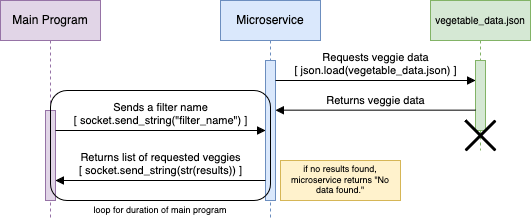
Before: UML.png, a diagram exported from draw.io (qdow/vegetable-filter). Source tidied: cells renumbered, new cells last; positions are measured from the earlier drawing's top-left corner, leaving out a move shared by most shapes.
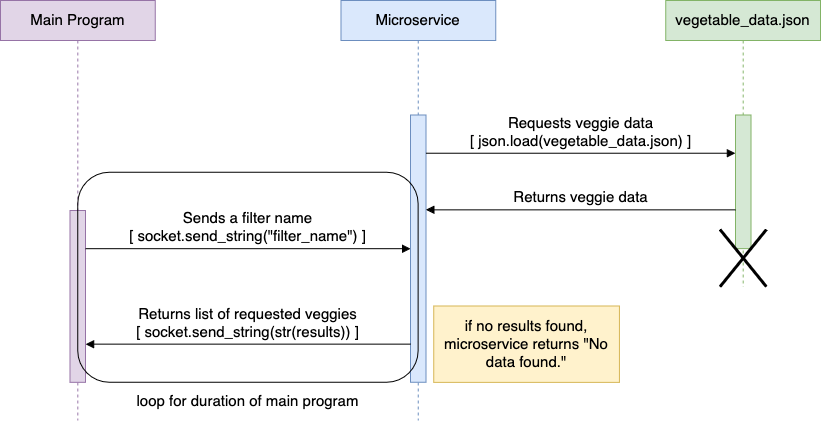
Later version of the same file.

Commit message:
Increase UML image quality

What changed in the source:
```diff
@@ -2,59 +2,62 @@
   <root>
     <mxCell id="0" />
     <mxCell id="1" parent="0" />
+    <mxCell id="16" style="group;" parent="1" vertex="1">
+      <mxGeometry x="-100" y="-130" width="820" height="420" as="geometry" />
+    </mxCell>
-    <mxCell id="2" value="Main Program" style="shape=umlLifeline;perimeter=lifelinePerimeter;whiteSpace=wrap;html=1;newEdgeStyle={&quot;curved&quot;:0,&quot;rounded&quot;:0};fillColor=#e1d5e7;strokeColor=#9673a6;" parent="1" vertex="1">
-      <mxGeometry width="100" height="220" as="geometry" />
+    <mxCell id="2" value="Main Program" style="shape=umlLifeline;perimeter=lifelinePerimeter;whiteSpace=wrap;html=1;newEdgeStyle={&quot;curved&quot;:0,&quot;rounded&quot;:0};fillColor=#e1d5e7;strokeColor=#9673a6;fontSize=15;" parent="16" vertex="1">
+      <mxGeometry width="154.7" height="420" as="geometry" />
     </mxCell>
-    <mxCell id="3" style="html=1;perimeter=orthogonalPerimeter;targetShapes=umlLifeline;newEdgeStyle={&quot;curved&quot;:0,&quot;rounded&quot;:0};fillColor=#e1d5e7;strokeColor=#9673a6;" parent="2" vertex="1">
-      <mxGeometry x="45" y="110" width="10" height="90" as="geometry" />
-    </mxCell>
+    <mxCell id="17" style="html=1;perimeter=orthogonalPerimeter;targetShapes=umlLifeline;newEdgeStyle={&quot;curved&quot;:0,&quot;rounded&quot;:0};fillColor=#e1d5e7;strokeColor=#9673a6;fontSize=15;" parent="2" vertex="1">
+      <mxGeometry x="69.6" y="210" width="15.5" height="171.8" as="geometry" />
+    </mxCell>
-    <mxCell id="4" value="Microservice" style="shape=umlLifeline;perimeter=lifelinePerimeter;whiteSpace=wrap;html=1;newEdgeStyle={&quot;curved&quot;:0,&quot;rounded&quot;:0};fillColor=#dae8fc;strokeColor=#6c8ebf;" parent="1" vertex="1">
-      <mxGeometry x="220" width="100" height="220" as="geometry" />
+    <mxCell id="4" value="Microservice" style="shape=umlLifeline;perimeter=lifelinePerimeter;whiteSpace=wrap;html=1;newEdgeStyle={&quot;curved&quot;:0,&quot;rounded&quot;:0};fillColor=#dae8fc;strokeColor=#6c8ebf;fontSize=15;" parent="16" vertex="1">
+      <mxGeometry x="340.4" width="154.7" height="420" as="geometry" />
     </mxCell>
-    <mxCell id="5" style="html=1;perimeter=orthogonalPerimeter;targetShapes=umlLifeline;newEdgeStyle={&quot;curved&quot;:0,&quot;rounded&quot;:0};fillColor=#dae8fc;strokeColor=#6c8ebf;" parent="4" vertex="1">
-      <mxGeometry x="45" y="60" width="10" height="140" as="geometry" />
-    </mxCell>
+    <mxCell id="18" style="html=1;perimeter=orthogonalPerimeter;targetShapes=umlLifeline;newEdgeStyle={&quot;curved&quot;:0,&quot;rounded&quot;:0};fillColor=#dae8fc;strokeColor=#6c8ebf;fontSize=15;" parent="4" vertex="1">
+      <mxGeometry x="69.6" y="114.5" width="15.5" height="267.3" as="geometry" />
+    </mxCell>
-    <mxCell id="6" value="&lt;font style=&quot;font-size: 10px;&quot;&gt;vegetable_data.json&lt;/font&gt;" style="shape=umlLifeline;perimeter=lifelinePerimeter;whiteSpace=wrap;html=1;newEdgeStyle={&quot;curved&quot;:0,&quot;rounded&quot;:0};fillColor=#d5e8d4;strokeColor=#82b366;" parent="1" vertex="1">
-      <mxGeometry x="430" width="100" height="150" as="geometry" />
+    <mxCell id="6" value="&lt;font&gt;vegetable_data.json&lt;/font&gt;" style="shape=umlLifeline;perimeter=lifelinePerimeter;whiteSpace=wrap;html=1;newEdgeStyle={&quot;curved&quot;:0,&quot;rounded&quot;:0};fillColor=#d5e8d4;strokeColor=#82b366;fontSize=15;" parent="16" vertex="1">
+      <mxGeometry x="665.3" width="154.7" height="286.4" as="geometry" />
     </mxCell>
-    <mxCell id="7" style="html=1;perimeter=orthogonalPerimeter;targetShapes=umlLifeline;newEdgeStyle={&quot;curved&quot;:0,&quot;rounded&quot;:0};fillColor=#d5e8d4;strokeColor=#82b366;" parent="6" vertex="1">
-      <mxGeometry x="45" y="60" width="10" height="70" as="geometry" />
-    </mxCell>
-    <mxCell id="8" style="shape=umlDestroy;whiteSpace=wrap;html=1;strokeWidth=3;targetShapes=umlLifeline;" parent="6" vertex="1">
-      <mxGeometry x="35" y="120" width="30" height="30" as="geometry" />
-    </mxCell>
+    <mxCell id="19" style="html=1;perimeter=orthogonalPerimeter;targetShapes=umlLifeline;newEdgeStyle={&quot;curved&quot;:0,&quot;rounded&quot;:0};fillColor=#d5e8d4;strokeColor=#82b366;fontSize=15;" parent="6" vertex="1">
+      <mxGeometry x="69.6" y="114.5" width="15.5" height="133.6" as="geometry" />
+    </mxCell>
+    <mxCell id="20" style="shape=umlDestroy;whiteSpace=wrap;html=1;strokeWidth=3;targetShapes=umlLifeline;fontSize=15;" parent="6" vertex="1">
+      <mxGeometry x="54.2" y="229.1" width="46.4" height="57.3" as="geometry" />
+    </mxCell>
-    <mxCell id="9" value="&lt;div&gt;Sends a filter name&lt;/div&gt;&lt;div&gt;[ socket.send_string(&quot;filter_name&quot;) ]&lt;/div&gt;" style="html=1;verticalAlign=bottom;endArrow=block;curved=0;rounded=0;entryX=0;entryY=0;entryDx=0;entryDy=5;entryPerimeter=0;labelBackgroundColor=default;" parent="1" edge="1">
+    <mxCell id="9" value="&lt;div&gt;Sends a filter name&lt;/div&gt;&lt;div&gt;[ socket.send_string(&quot;filter_name&quot;) ]&lt;/div&gt;" style="html=1;verticalAlign=bottom;endArrow=block;curved=0;rounded=0;entryX=0;entryY=0;entryDx=0;entryDy=5;entryPerimeter=0;labelBackgroundColor=default;fontSize=15;" parent="16" edge="1">
       <mxGeometry relative="1" as="geometry">
-        <mxPoint x="55" y="130" as="sourcePoint" />
-        <mxPoint x="265" y="130" as="targetPoint" />
+        <mxPoint x="85.1" y="248.2" as="sourcePoint" />
+        <mxPoint x="410" y="248.2" as="targetPoint" />
       </mxGeometry>
     </mxCell>
-    <mxCell id="10" value="&lt;div&gt;Requests veggie data&lt;/div&gt;[ json.load(vegetable_data.json) ]" style="html=1;verticalAlign=bottom;endArrow=block;curved=0;rounded=0;labelBackgroundColor=default;" parent="1" edge="1">
+    <mxCell id="10" value="&lt;div&gt;Requests veggie data&lt;/div&gt;[ json.load(vegetable_data.json) ]" style="html=1;verticalAlign=bottom;endArrow=block;curved=0;rounded=0;labelBackgroundColor=default;fontSize=15;" parent="16" edge="1">
       <mxGeometry relative="1" as="geometry">
-        <mxPoint x="275" y="80" as="sourcePoint" />
-        <mxPoint x="475" y="80" as="targetPoint" />
+        <mxPoint x="425.5" y="152.7" as="sourcePoint" />
+        <mxPoint x="734.9" y="152.7" as="targetPoint" />
       </mxGeometry>
     </mxCell>
-    <mxCell id="11" value="Returns veggie data" style="html=1;verticalAlign=bottom;endArrow=none;curved=0;rounded=0;startArrow=block;startFill=1;labelBackgroundColor=default;" parent="1" edge="1">
+    <mxCell id="11" value="Returns veggie data" style="html=1;verticalAlign=bottom;endArrow=none;curved=0;rounded=0;startArrow=block;startFill=1;labelBackgroundColor=default;fontSize=15;" parent="16" edge="1">
       <mxGeometry relative="1" as="geometry">
-        <mxPoint x="275" y="109.7" as="sourcePoint" />
-        <mxPoint x="475" y="109.7" as="targetPoint" />
+        <mxPoint x="425.5" y="209.4" as="sourcePoint" />
+        <mxPoint x="734.9" y="209.4" as="targetPoint" />
       </mxGeometry>
     </mxCell>
-    <mxCell id="12" value="&lt;div&gt;&lt;font&gt;Returns list of requested veggies&lt;/font&gt;&lt;/div&gt;&lt;div&gt;&lt;font&gt;[ socket.send_string(str(results)) ]&lt;/font&gt;&lt;/div&gt;" style="html=1;verticalAlign=bottom;endArrow=none;curved=0;rounded=0;startFill=1;startArrow=block;strokeWidth=1;labelBackgroundColor=default;" parent="1" edge="1">
+    <mxCell id="12" value="&lt;div&gt;&lt;font&gt;Returns list of requested veggies&lt;/font&gt;&lt;/div&gt;&lt;div&gt;&lt;font&gt;[ socket.send_string(str(results)) ]&lt;/font&gt;&lt;/div&gt;" style="html=1;verticalAlign=bottom;endArrow=none;curved=0;rounded=0;startFill=1;startArrow=block;strokeWidth=1;labelBackgroundColor=default;fontSize=15;" parent="16" edge="1">
       <mxGeometry relative="1" as="geometry">
-        <mxPoint x="55" y="180" as="sourcePoint" />
-        <mxPoint x="265" y="180" as="targetPoint" />
+        <mxPoint x="85.1" y="343.6" as="sourcePoint" />
+        <mxPoint x="410" y="343.6" as="targetPoint" />
       </mxGeometry>
     </mxCell>
-    <mxCell id="13" style="rounded=1;whiteSpace=wrap;html=1;fillColor=none;" parent="1" vertex="1">
-      <mxGeometry x="50" y="90" width="220" height="110" as="geometry" />
-    </mxCell>
+    <mxCell id="21" style="rounded=1;whiteSpace=wrap;html=1;fillColor=none;fontSize=15;" parent="16" vertex="1">
+      <mxGeometry x="77.4" y="171.8" width="340.4" height="210" as="geometry" />
+    </mxCell>
-    <mxCell id="14" value="loop for duration of main program" style="text;html=1;align=center;verticalAlign=middle;whiteSpace=wrap;rounded=0;fontSize=9;labelBackgroundColor=default;" parent="1" vertex="1">
-      <mxGeometry x="60" y="200" width="200" height="20" as="geometry" />
+    <mxCell id="14" value="loop for duration of main program" style="text;html=1;align=center;verticalAlign=middle;whiteSpace=wrap;rounded=0;fontSize=15;labelBackgroundColor=default;" parent="16" vertex="1">
+      <mxGeometry x="92.8" y="381.8" width="309.4" height="38.2" as="geometry" />
     </mxCell>
-    <mxCell id="15" value="if no results found, microservice returns &quot;No data found.&quot;" style="rounded=0;whiteSpace=wrap;html=1;fontSize=9;fillColor=#fff2cc;strokeColor=#d6b656;" parent="1" vertex="1">
-      <mxGeometry x="280" y="160" width="120" height="40" as="geometry" />
+    <mxCell id="15" value="if no results found, microservice returns &quot;No data found.&quot;" style="rounded=0;whiteSpace=wrap;html=1;fontSize=15;fillColor=#fff2cc;strokeColor=#d6b656;" parent="16" vertex="1">
+      <mxGeometry x="433.2" y="305.5" width="185.7" height="76.4" as="geometry" />
     </mxCell>
   </root>
 </mxGraphModel>
```
